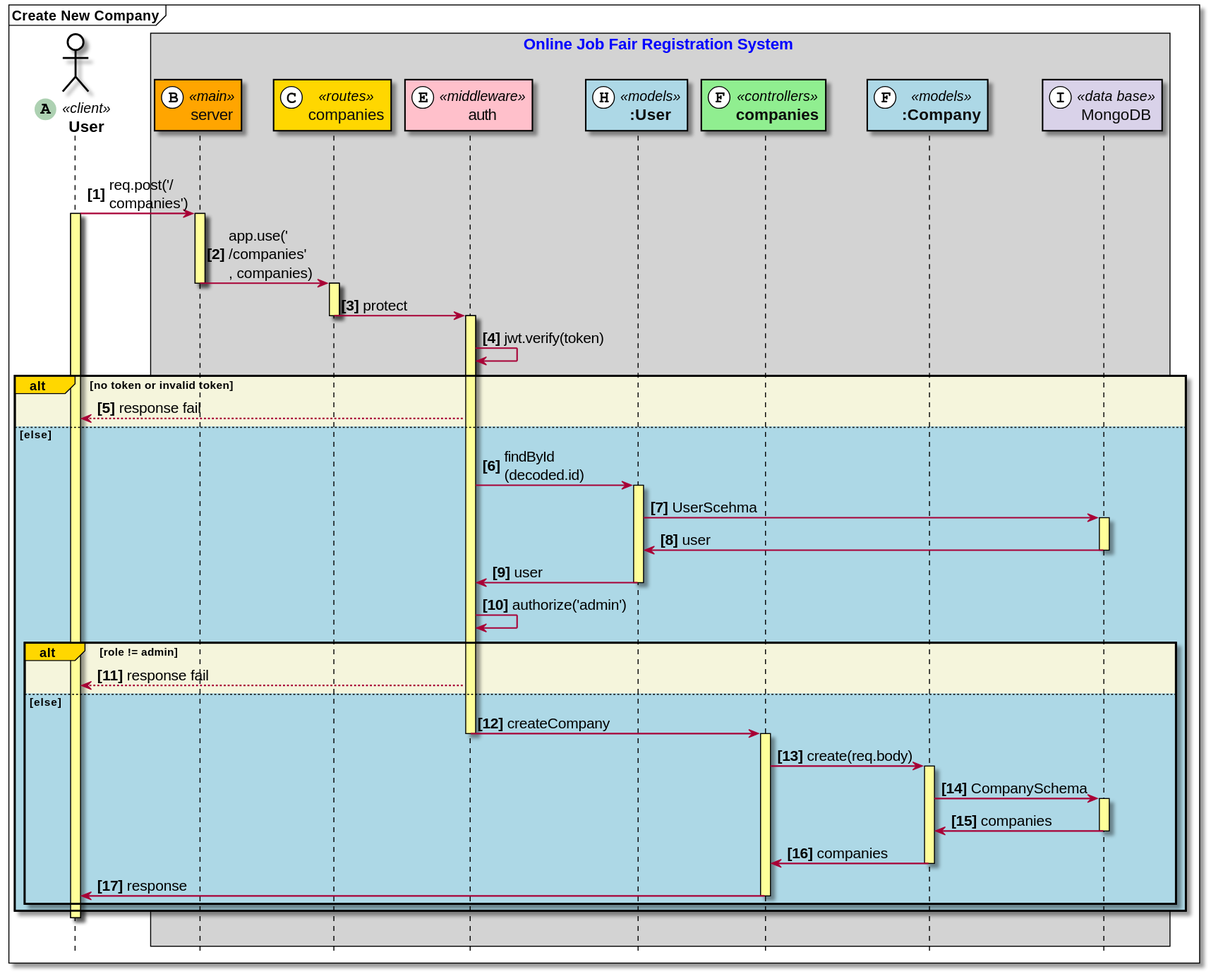
Earlier version of the PlantUML export doc_asset/diagrams/squence_diagrams/company/create_new_company.svg (wisarootl/online-job-fair-registration).
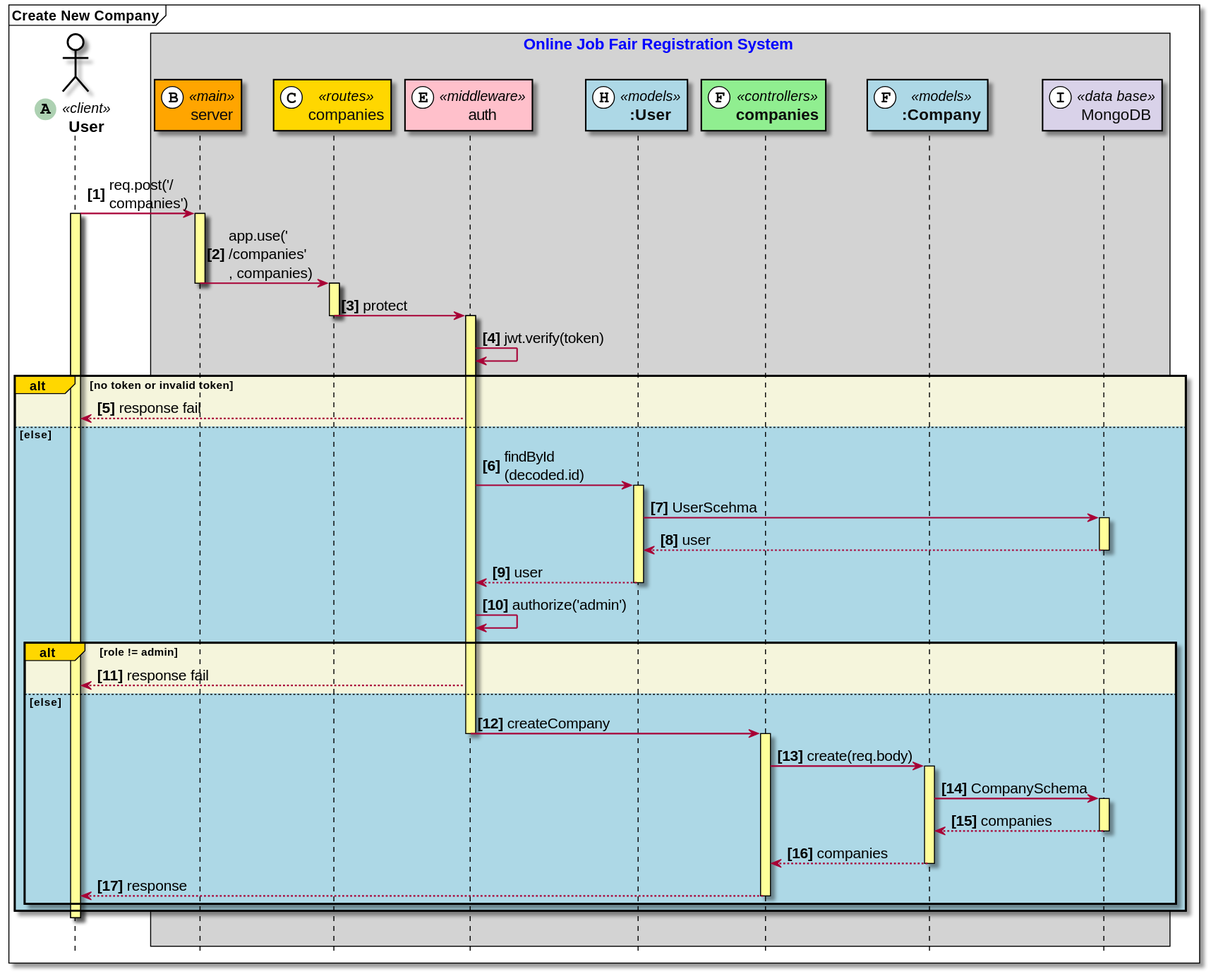
After the commit.

Change to the diagram source:
```diff
@@ -38,9 +38,9 @@
 Activate models_User
 models_User->mongo: UserScehma
 Activate mongo
-mongo->models_User: user
+mongo-->models_User: user
 DeActivate mongo
-models_User->middleware_auth: user
+models_User-->middleware_auth: user
 DeActivate models_User
 middleware_auth->middleware_auth: authorize('admin')
 Alt#Gold #Beige role != admin
@@ -53,11 +53,11 @@
 Activate models_Company
 models_Company->mongo: CompanySchema
 Activate mongo
-mongo->models_Company: companies
+mongo-->models_Company: companies
 DeActivate mongo
-models_Company->controllers_companies: companies
+models_Company-->controllers_companies: companies
 DeActivate models_Company
-controllers_companies->user: response
+controllers_companies-->user: response
 DeActivate controllers_companies
 End Alt
 End Alt
```
